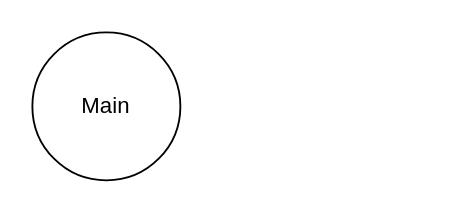
Above: minishell.drawio in Nol3/Minishell (draw.io), before the change. Source tidied: cells renumbered, new cells numbered last; positions are measured from the earlier drawing's top-left corner, leaving out a move shared by most shapes. Both pictures are drawn from the tidied source at 185%, with x=0, y=0 at pixel (31, 31).
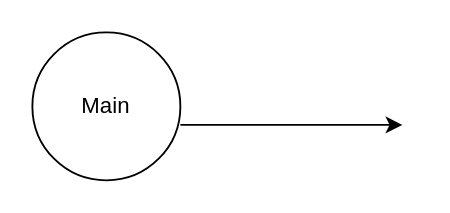
The same diagram, later.

Change to the diagram source:
```diff
@@
 <mxGraphModel>
   <root>
     <mxCell id="0" />
     <mxCell id="1" parent="0" />
     <mxCell id="2" value="Main" style="ellipse;whiteSpace=wrap;html=1;" parent="1" vertex="1">
       <mxGeometry width="80" height="80" as="geometry" />
     </mxCell>
+    <mxCell id="3" style="endArrow=classic;html=1;rounded=0;" parent="1" edge="1">
+      <mxGeometry relative="1" as="geometry">
+        <mxPoint x="80" y="50" as="sourcePoint" />
+        <mxPoint x="200" y="50" as="targetPoint" />
+      </mxGeometry>
+    </mxCell>
   </root>
 </mxGraphModel>
```
